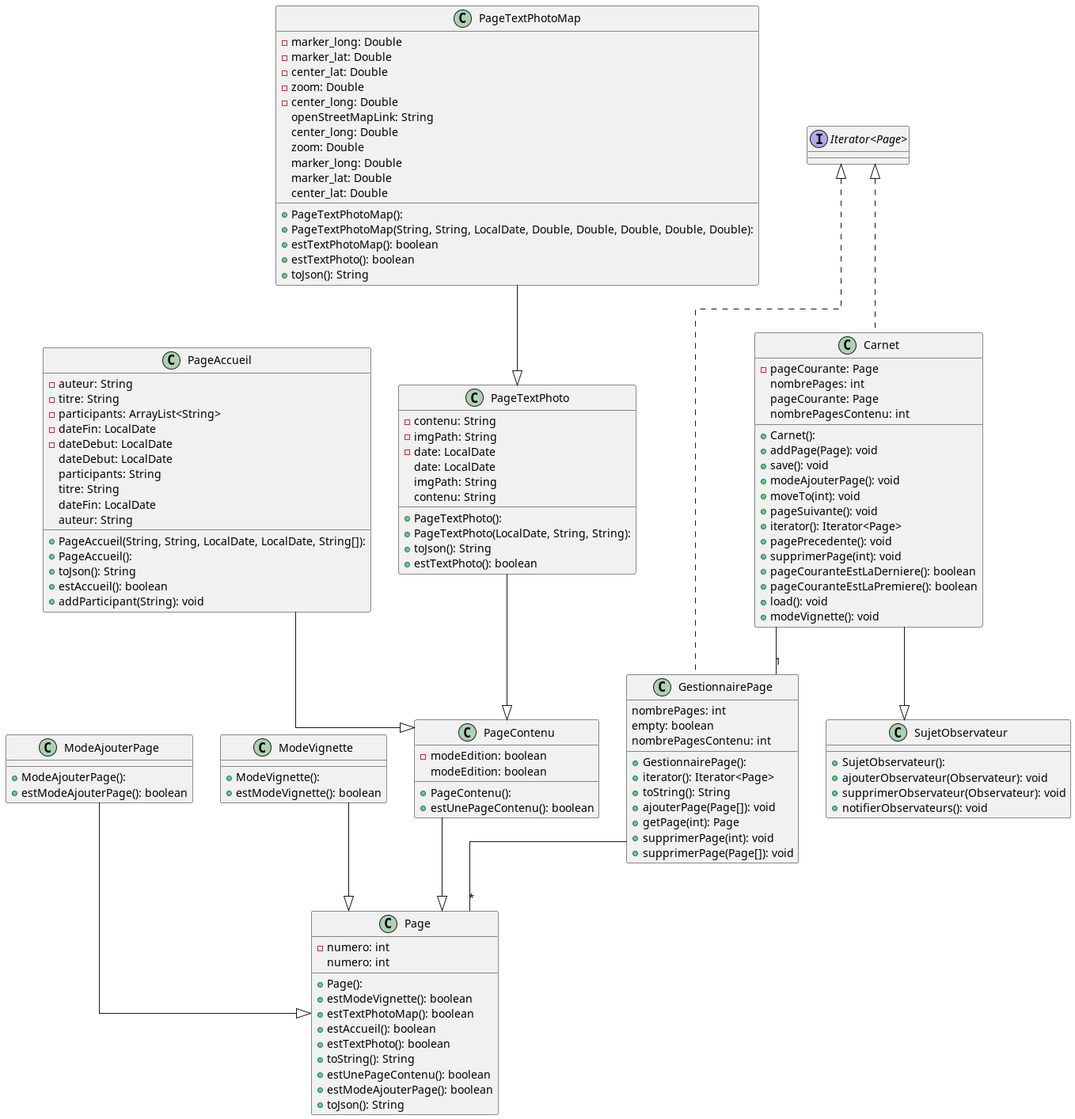
The PlantUML diagram tp_preparatoire/diagramme/Model-0.png in MMMatth/carnet-de-voyage, before a commit. Source of this version:
```plantuml
@startuml

top to bottom direction
skinparam linetype ortho

class Carnet implements "Iterator<Page>" {
  + Carnet():
  - pageCourante: Page
  + addPage(Page): void
  + save(): void
  + modeAjouterPage(): void
  + moveTo(int): void
  + pageSuivante(): void
  + iterator(): Iterator<Page>
  + pagePrecedente(): void
  + supprimerPage(int): void
  + pageCouranteEstLaDerniere(): boolean
  + pageCouranteEstLaPremiere(): boolean
  + load(): void
  + modeVignette(): void
   nombrePages: int
   pageCourante: Page
   nombrePagesContenu: int
}
Carnet --"1" GestionnairePage

class GestionnairePage implements "Iterator<Page>"{
  + GestionnairePage():
  + iterator(): Iterator<Page>
  + toString(): String
  + ajouterPage(Page[]): void
  + getPage(int): Page
  + supprimerPage(int): void
  + supprimerPage(Page[]): void
   nombrePages: int
   empty: boolean
   nombrePagesContenu: int
}
GestionnairePage --"*" Page

class ModeAjouterPage {
  + ModeAjouterPage():
  + estModeAjouterPage(): boolean
}
class ModeVignette {
  + ModeVignette():
  + estModeVignette(): boolean
}
class Page {
  + Page():
  - numero: int
  + estModeVignette(): boolean
  + estTextPhotoMap(): boolean
  + estAccueil(): boolean
  + estTextPhoto(): boolean
  + toString(): String
  + estUnePageContenu(): boolean
  + estModeAjouterPage(): boolean
  + toJson(): String
   numero: int
}
class PageAccueil {
  + PageAccueil(String, String, LocalDate, LocalDate, String[]):
  + PageAccueil():
  - auteur: String
  - titre: String
  - participants: ArrayList<String>
  - dateFin: LocalDate
  - dateDebut: LocalDate
  + toJson(): String
  + estAccueil(): boolean
  + addParticipant(String): void
   dateDebut: LocalDate
   participants: String
   titre: String
   dateFin: LocalDate
   auteur: String
}
class PageContenu {
  + PageContenu():
  - modeEdition: boolean
  + estUnePageContenu(): boolean
   modeEdition: boolean
}
class PageTextPhoto {
  + PageTextPhoto():
  + PageTextPhoto(LocalDate, String, String):
  - contenu: String
  - imgPath: String
  - date: LocalDate
  + toJson(): String
  + estTextPhoto(): boolean
   date: LocalDate
   imgPath: String
   contenu: String
}
class PageTextPhotoMap {
  + PageTextPhotoMap():
  + PageTextPhotoMap(String, String, LocalDate, Double, Double, Double, Double, Double):
  - marker_long: Double
  - marker_lat: Double
  - center_lat: Double
  - zoom: Double
  - center_long: Double
  + estTextPhotoMap(): boolean
  + estTextPhoto(): boolean
  + toJson(): String
   openStreetMapLink: String
   center_long: Double
   zoom: Double
   marker_long: Double
   marker_lat: Double
   center_lat: Double
}
class SujetObservateur {
  + SujetObservateur():
  + ajouterObservateur(Observateur): void
  + supprimerObservateur(Observateur): void
  + notifierObservateurs(): void
}

Carnet            --|>  SujetObservateur
ModeAjouterPage   --|>  Page
ModeVignette      --|>  Page
PageAccueil       --|>  PageContenu
PageContenu       --|>  Page
PageTextPhoto     --|>  PageContenu
PageTextPhotoMap  --|>  PageTextPhoto
@enduml
```
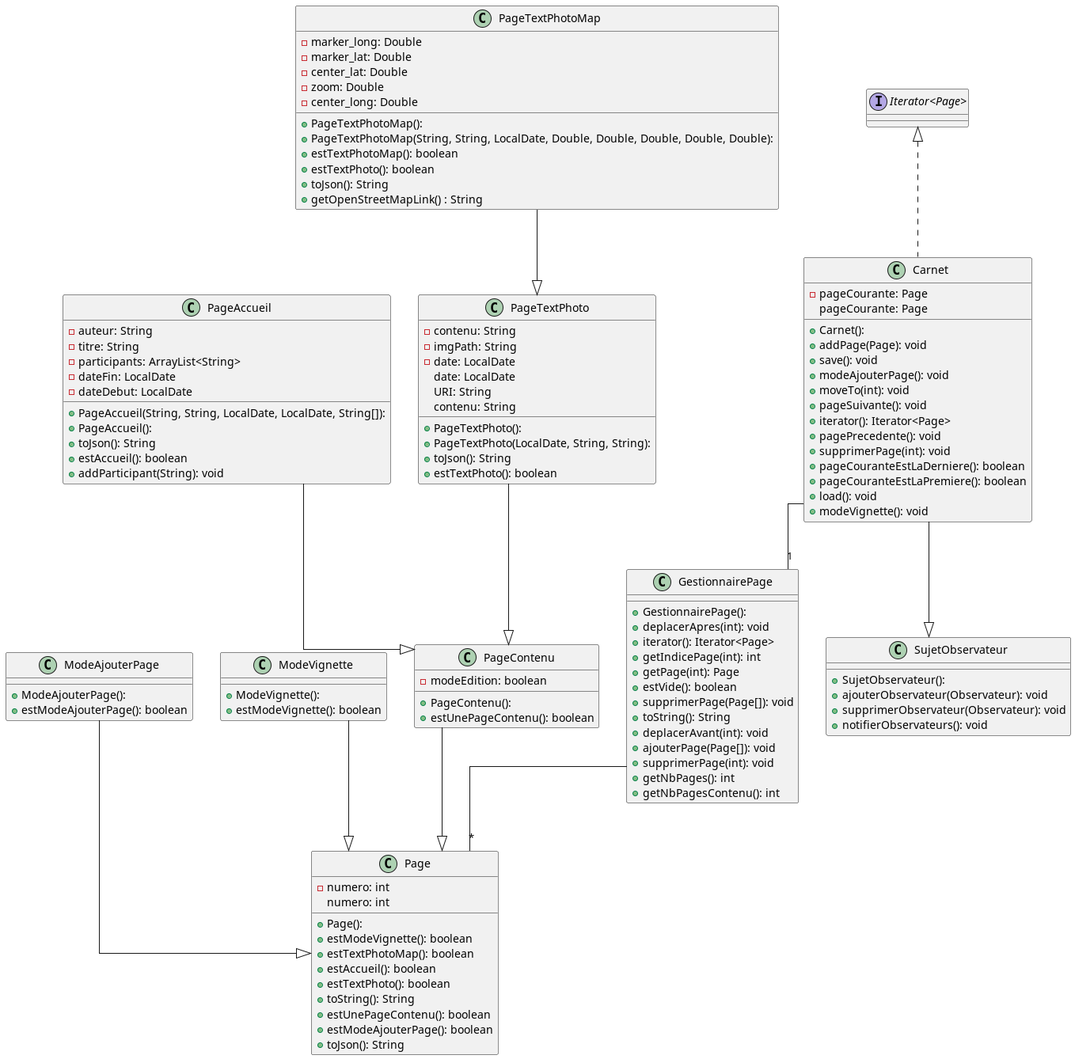
After the commit.

What changed in the source:
```diff
@@ -18,23 +18,24 @@
   + pageCouranteEstLaPremiere(): boolean
   + load(): void
   + modeVignette(): void
-   nombrePages: int
    pageCourante: Page
-   nombrePagesContenu: int
 }
 Carnet --"1" GestionnairePage
 
-class GestionnairePage implements "Iterator<Page>"{
+class GestionnairePage {
   + GestionnairePage():
+  + deplacerApres(int): void
   + iterator(): Iterator<Page>
+  + getIndicePage(int): int
+  + getPage(int): Page
+  + estVide(): boolean
+  + supprimerPage(Page[]): void
   + toString(): String
+  + deplacerAvant(int): void
   + ajouterPage(Page[]): void
-  + getPage(int): Page
   + supprimerPage(int): void
-  + supprimerPage(Page[]): void
-   nombrePages: int
-   empty: boolean
-   nombrePagesContenu: int
+    + getNbPages(): int
+    + getNbPagesContenu(): int
 }
 GestionnairePage --"*" Page
 
@@ -70,17 +71,11 @@
   + toJson(): String
   + estAccueil(): boolean
   + addParticipant(String): void
-   dateDebut: LocalDate
-   participants: String
-   titre: String
-   dateFin: LocalDate
-   auteur: String
 }
 class PageContenu {
   + PageContenu():
   - modeEdition: boolean
   + estUnePageContenu(): boolean
-   modeEdition: boolean
 }
 class PageTextPhoto {
   + PageTextPhoto():
@@ -91,7 +86,7 @@
   + toJson(): String
   + estTextPhoto(): boolean
    date: LocalDate
-   imgPath: String
+   URI: String
    contenu: String
 }
 class PageTextPhotoMap {
@@ -105,12 +100,7 @@
   + estTextPhotoMap(): boolean
   + estTextPhoto(): boolean
   + toJson(): String
-   openStreetMapLink: String
-   center_long: Double
-   zoom: Double
-   marker_long: Double
-   marker_lat: Double
-   center_lat: Double
+  +  getOpenStreetMapLink() : String
 }
 class SujetObservateur {
   + SujetObservateur():
```
